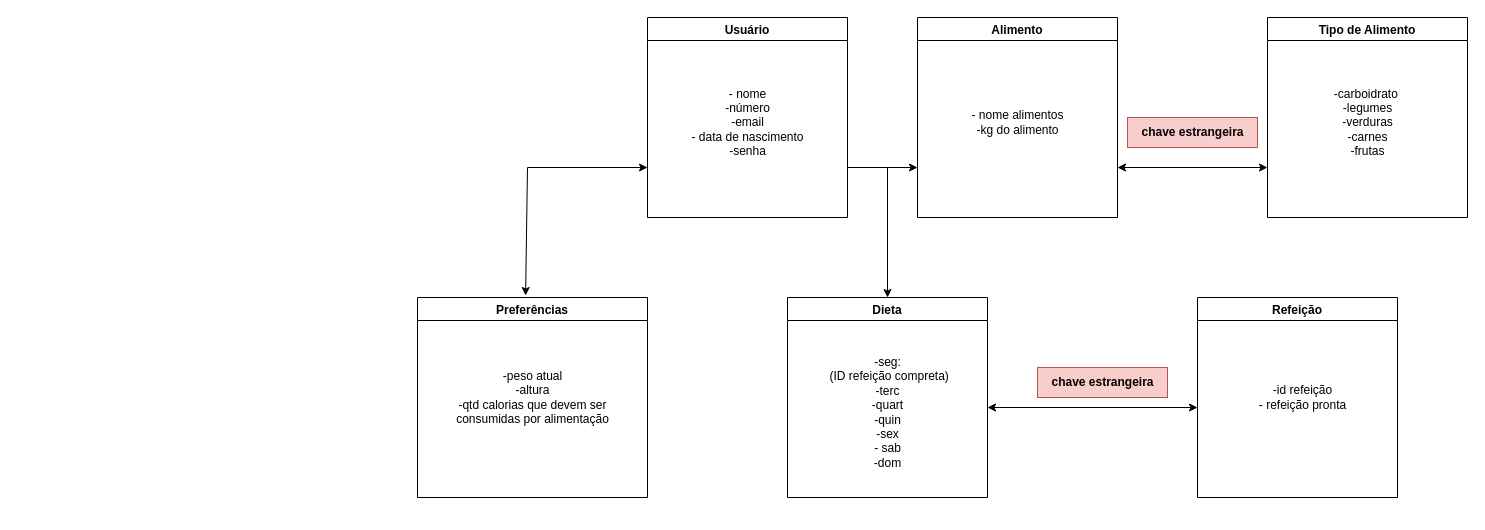
Above: Desenvolvimento/SCRIPTBD/Diagrama Banco de Dados.drawio in FelipeRoriz0/MakeYourdiet (draw.io), before the change. Source tidied: cells renumbered, new cells numbered last; positions are measured from the earlier drawing's top-left corner, leaving out a move shared by most shapes. Both pictures are drawn from the tidied source at 100%, with x=0, y=0 at pixel (417, 17).
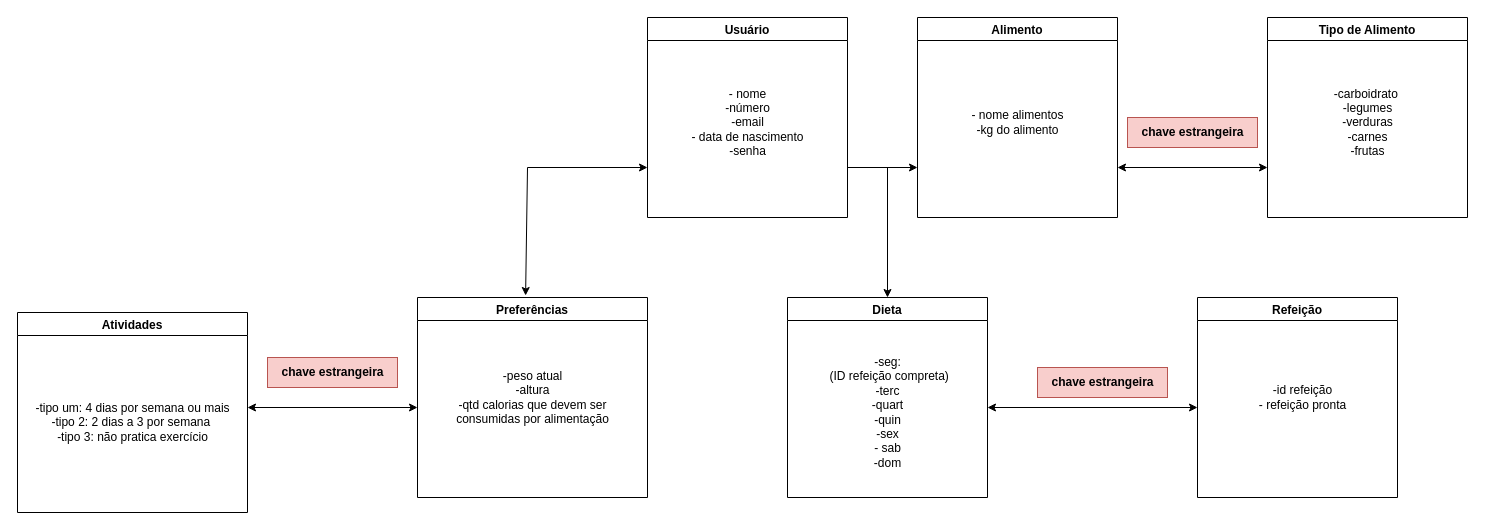
After the change.

Commit message (it also covers changes not shown here):
novos diagramas de banco de dados

What changed in the source:
```diff
@@
+    <mxCell id="21" value="Atividades" style="swimlane;startSize=23;" parent="1" vertex="1">
+      <mxGeometry x="-400" y="295" width="230" height="200" as="geometry" />
+    </mxCell>
+    <mxCell id="22" value="-tipo um: 4 dias por semana ou mais&lt;br&gt;-tipo 2: 2 dias a 3 por semana&amp;nbsp;&lt;br&gt;-tipo 3: não pratica exercício" style="text;html=1;align=center;verticalAlign=middle;strokeColor=none;fillColor=none;" parent="21" vertex="1">
+      <mxGeometry x="5" y="80" width="220" height="60" as="geometry" />
+    </mxCell>
+    <mxCell id="23" style="endArrow=classic;startArrow=classic;html=1;rounded=0;" parent="1" edge="1">
+      <mxGeometry relative="1" as="geometry">
+        <mxPoint x="-170" y="390" as="sourcePoint" />
+        <mxPoint y="390" as="targetPoint" />
+      </mxGeometry>
+    </mxCell>
+    <mxCell id="24" value="chave estrangeira" style="text;html=1;align=center;verticalAlign=middle;strokeColor=#b85450;fillColor=#f8cecc;fontStyle=1;" parent="1" vertex="1">
+      <mxGeometry x="-150" y="340" width="130" height="30" as="geometry" />
+    </mxCell>
```
